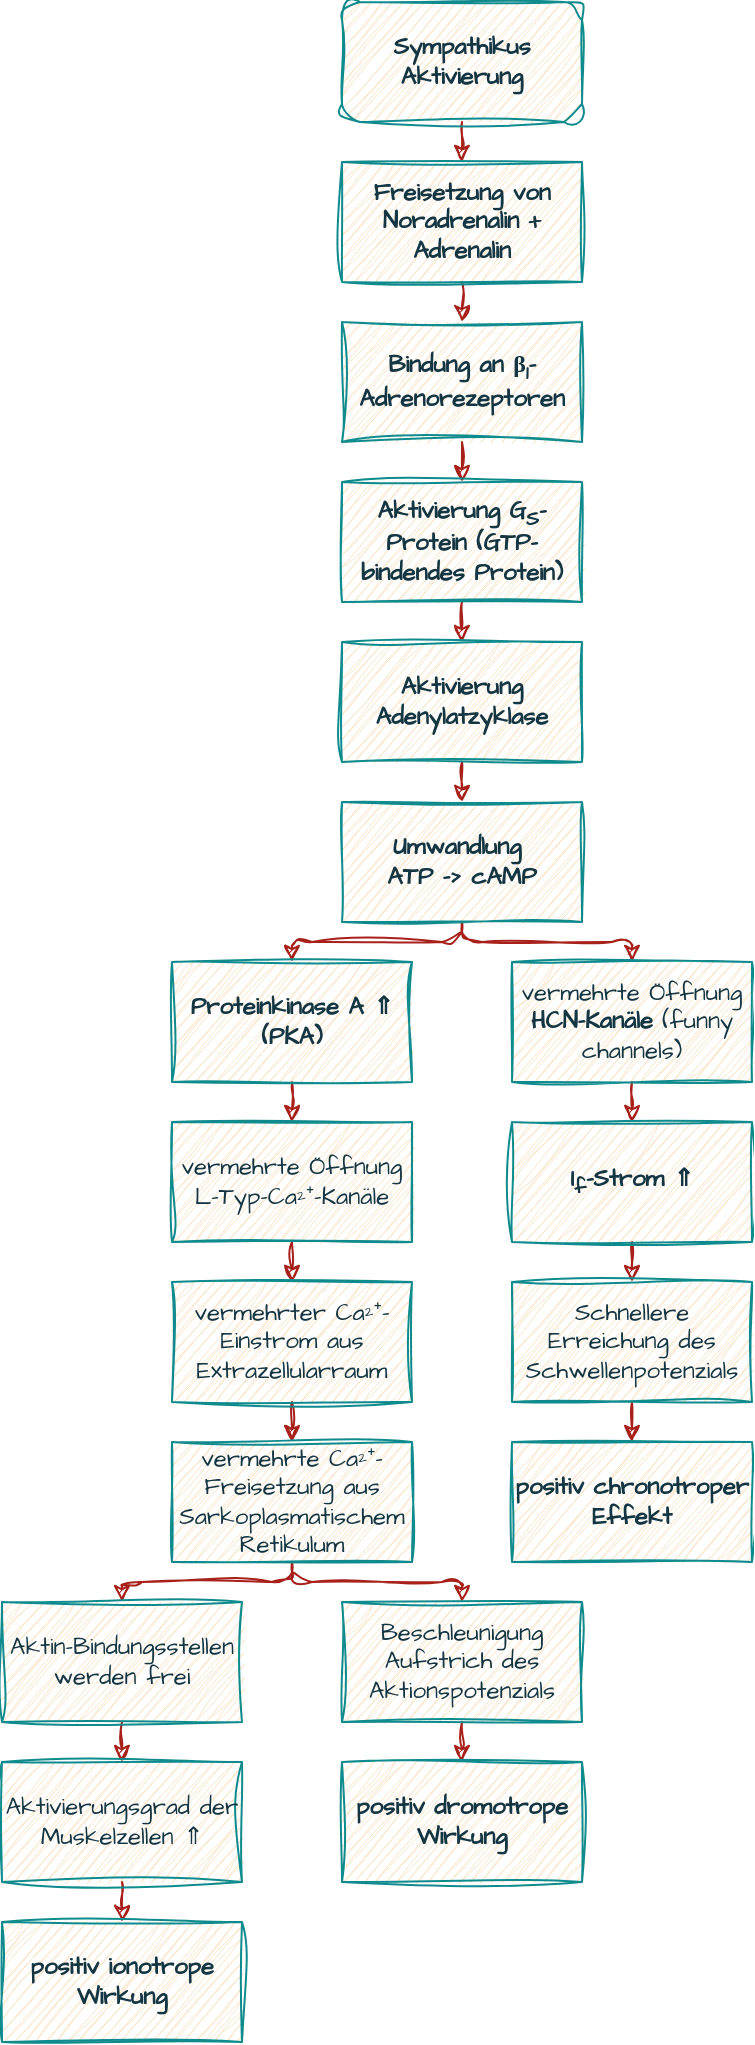
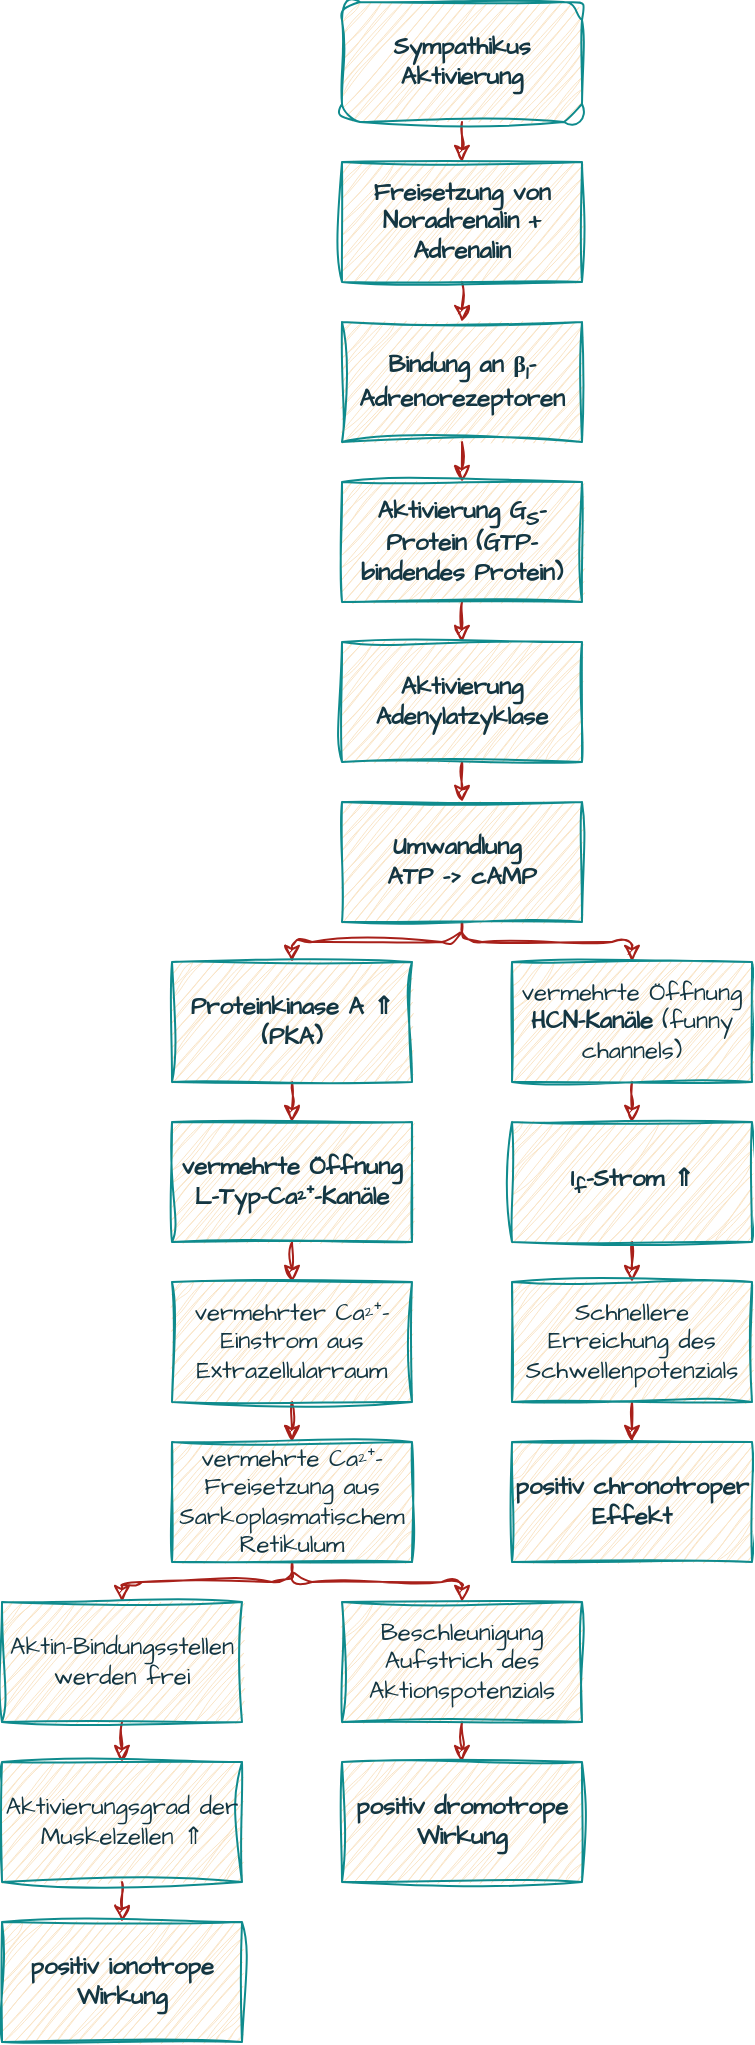
<mxfile host="app.diagrams.net">
  <diagram name="Seite-1" id="7kFzmezVoUsXThtVCVX7">
-     <mxGraphModel dx="1790" dy="899" grid="1" gridSize="10" guides="1" tooltips="1" connect="1" arrows="1" fold="1" page="1" pageScale="1" pageWidth="1169" pageHeight="1169" math="0" shadow="0">
+     <mxGraphModel dx="716" dy="359" grid="1" gridSize="10" guides="1" tooltips="1" connect="1" arrows="1" fold="1" page="1" pageScale="1" pageWidth="1169" pageHeight="1169" math="0" shadow="0">
      <root>
        <mxCell id="0" />
        <mxCell id="1" parent="0" />
        <mxCell id="nBZC7eie6GeJRXDUhHIa-21" edge="1" parent="1" source="7TQIvVTktowouFX5eWC7-1" style="edgeStyle=orthogonalEdgeStyle;rounded=1;sketch=1;hachureGap=4;jiggle=2;curveFitting=1;orthogonalLoop=1;jettySize=auto;html=1;strokeColor=#A8201A;fontFamily=Architects Daughter;fontSource=https%3A%2F%2Ffonts.googleapis.com%2Fcss%3Ffamily%3DArchitects%2BDaughter;fontColor=#143642;fillColor=#FAE5C7;curved=0;" target="nBZC7eie6GeJRXDUhHIa-1">
          <mxGeometry relative="1" as="geometry">
            <Array as="points">
              <mxPoint x="250" y="75" />
              <mxPoint x="250" y="95" />
            </Array>
          </mxGeometry>
        </mxCell>
        <mxCell id="7TQIvVTktowouFX5eWC7-1" parent="1" style="rounded=1;whiteSpace=wrap;html=1;sketch=1;hachureGap=4;jiggle=2;curveFitting=1;fontFamily=Architects Daughter;fontSource=https%3A%2F%2Ffonts.googleapis.com%2Fcss%3Ffamily%3DArchitects%2BDaughter;labelBackgroundColor=none;fillColor=#FAE5C7;strokeColor=#0F8B8D;fontColor=#143642;fontStyle=1" value="Sympathikus Aktivierung" vertex="1">
          <mxGeometry height="60" width="120" x="190" y="20" as="geometry" />
        </mxCell>
        <mxCell id="nBZC7eie6GeJRXDUhHIa-22" edge="1" parent="1" source="nBZC7eie6GeJRXDUhHIa-1" style="edgeStyle=orthogonalEdgeStyle;rounded=1;sketch=1;hachureGap=4;jiggle=2;curveFitting=1;orthogonalLoop=1;jettySize=auto;html=1;strokeColor=#A8201A;fontFamily=Architects Daughter;fontSource=https%3A%2F%2Ffonts.googleapis.com%2Fcss%3Ffamily%3DArchitects%2BDaughter;fontColor=#143642;fillColor=#FAE5C7;curved=0;" target="nBZC7eie6GeJRXDUhHIa-2">
          <mxGeometry relative="1" as="geometry">
            <Array as="points">
              <mxPoint x="250" y="155" />
              <mxPoint x="250" y="175" />
            </Array>
          </mxGeometry>
        </mxCell>
        <mxCell id="nBZC7eie6GeJRXDUhHIa-1" parent="1" style="whiteSpace=wrap;html=1;sketch=1;hachureGap=4;jiggle=2;curveFitting=1;strokeColor=#0F8B8D;fontFamily=Architects Daughter;fontSource=https%3A%2F%2Ffonts.googleapis.com%2Fcss%3Ffamily%3DArchitects%2BDaughter;fontColor=#143642;fillColor=#FAE5C7;fontStyle=1" value="Freisetzung von Noradrenalin + Adrenalin" vertex="1">
          <mxGeometry height="60" width="120" x="190" y="100" as="geometry" />
        </mxCell>
        <mxCell id="nBZC7eie6GeJRXDUhHIa-23" edge="1" parent="1" source="nBZC7eie6GeJRXDUhHIa-2" style="edgeStyle=orthogonalEdgeStyle;rounded=1;sketch=1;hachureGap=4;jiggle=2;curveFitting=1;orthogonalLoop=1;jettySize=auto;html=1;strokeColor=#A8201A;fontFamily=Architects Daughter;fontSource=https%3A%2F%2Ffonts.googleapis.com%2Fcss%3Ffamily%3DArchitects%2BDaughter;fontColor=#143642;fillColor=#FAE5C7;curved=0;" target="nBZC7eie6GeJRXDUhHIa-3">
          <mxGeometry relative="1" as="geometry">
            <Array as="points">
              <mxPoint x="250" y="235" />
              <mxPoint x="250" y="255" />
            </Array>
          </mxGeometry>
        </mxCell>
        <mxCell id="nBZC7eie6GeJRXDUhHIa-2" parent="1" style="rounded=0;whiteSpace=wrap;html=1;sketch=1;hachureGap=4;jiggle=2;curveFitting=1;strokeColor=#0F8B8D;fontFamily=Architects Daughter;fontSource=https%3A%2F%2Ffonts.googleapis.com%2Fcss%3Ffamily%3DArchitects%2BDaughter;fontColor=#143642;fillColor=#FAE5C7;fontStyle=1" value="Bindung an β&lt;sub&gt;1&lt;/sub&gt;-Adrenorezeptoren" vertex="1">
          <mxGeometry height="60" width="120" x="190" y="180" as="geometry" />
        </mxCell>
        <mxCell id="nBZC7eie6GeJRXDUhHIa-24" edge="1" parent="1" source="nBZC7eie6GeJRXDUhHIa-3" style="edgeStyle=orthogonalEdgeStyle;rounded=1;sketch=1;hachureGap=4;jiggle=2;curveFitting=1;orthogonalLoop=1;jettySize=auto;html=1;strokeColor=#A8201A;fontFamily=Architects Daughter;fontSource=https%3A%2F%2Ffonts.googleapis.com%2Fcss%3Ffamily%3DArchitects%2BDaughter;fontColor=#143642;fillColor=#FAE5C7;curved=0;" target="nBZC7eie6GeJRXDUhHIa-4">
          <mxGeometry relative="1" as="geometry">
            <Array as="points">
              <mxPoint x="250" y="315" />
              <mxPoint x="250" y="335" />
            </Array>
          </mxGeometry>
        </mxCell>
        <mxCell id="nBZC7eie6GeJRXDUhHIa-3" parent="1" style="whiteSpace=wrap;html=1;sketch=1;hachureGap=4;jiggle=2;curveFitting=1;strokeColor=#0F8B8D;fontFamily=Architects Daughter;fontSource=https%3A%2F%2Ffonts.googleapis.com%2Fcss%3Ffamily%3DArchitects%2BDaughter;fontColor=#143642;fillColor=#FAE5C7;fontStyle=1" value="Aktivierung G&lt;sub&gt;S&lt;/sub&gt;-Protein (GTP-bindendes Protein)" vertex="1">
          <mxGeometry height="60" width="120" x="190" y="260" as="geometry" />
        </mxCell>
        <mxCell id="nBZC7eie6GeJRXDUhHIa-25" edge="1" parent="1" source="nBZC7eie6GeJRXDUhHIa-4" style="edgeStyle=orthogonalEdgeStyle;rounded=1;sketch=1;hachureGap=4;jiggle=2;curveFitting=1;orthogonalLoop=1;jettySize=auto;html=1;entryDx=0;entryDy=0;strokeColor=#A8201A;fontFamily=Architects Daughter;fontSource=https%3A%2F%2Ffonts.googleapis.com%2Fcss%3Ffamily%3DArchitects%2BDaughter;fontColor=#143642;fillColor=#FAE5C7;curved=0;" target="nBZC7eie6GeJRXDUhHIa-5">
          <mxGeometry relative="1" as="geometry">
            <Array as="points">
              <mxPoint x="250" y="395" />
              <mxPoint x="250" y="415" />
            </Array>
          </mxGeometry>
        </mxCell>
        <mxCell id="nBZC7eie6GeJRXDUhHIa-4" parent="1" style="whiteSpace=wrap;html=1;sketch=1;hachureGap=4;jiggle=2;curveFitting=1;strokeColor=#0F8B8D;fontFamily=Architects Daughter;fontSource=https%3A%2F%2Ffonts.googleapis.com%2Fcss%3Ffamily%3DArchitects%2BDaughter;fontColor=#143642;fillColor=#FAE5C7;fontStyle=1" value="Aktivierung Adenylatzyklase" vertex="1">
          <mxGeometry height="60" width="120" x="190" y="340" as="geometry" />
        </mxCell>
        <mxCell id="nBZC7eie6GeJRXDUhHIa-26" edge="1" parent="1" source="nBZC7eie6GeJRXDUhHIa-5" style="edgeStyle=orthogonalEdgeStyle;rounded=1;sketch=1;hachureGap=4;jiggle=2;curveFitting=1;orthogonalLoop=1;jettySize=auto;html=1;strokeColor=#A8201A;fontFamily=Architects Daughter;fontSource=https%3A%2F%2Ffonts.googleapis.com%2Fcss%3Ffamily%3DArchitects%2BDaughter;fontColor=#143642;fillColor=#FAE5C7;curved=0;" target="nBZC7eie6GeJRXDUhHIa-7">
          <mxGeometry relative="1" as="geometry">
            <Array as="points">
              <mxPoint x="250" y="475" />
              <mxPoint x="250" y="490" />
              <mxPoint x="165" y="490" />
              <mxPoint x="165" y="495" />
            </Array>
          </mxGeometry>
        </mxCell>
        <mxCell id="nBZC7eie6GeJRXDUhHIa-27" edge="1" parent="1" source="nBZC7eie6GeJRXDUhHIa-5" style="edgeStyle=orthogonalEdgeStyle;rounded=1;sketch=1;hachureGap=4;jiggle=2;curveFitting=1;orthogonalLoop=1;jettySize=auto;html=1;strokeColor=#A8201A;fontFamily=Architects Daughter;fontSource=https%3A%2F%2Ffonts.googleapis.com%2Fcss%3Ffamily%3DArchitects%2BDaughter;fontColor=#143642;fillColor=#FAE5C7;curved=0;" target="nBZC7eie6GeJRXDUhHIa-8">
          <mxGeometry relative="1" as="geometry">
            <Array as="points">
              <mxPoint x="250" y="475" />
              <mxPoint x="250" y="490" />
              <mxPoint x="335" y="490" />
              <mxPoint x="335" y="495" />
            </Array>
          </mxGeometry>
        </mxCell>
        <mxCell id="nBZC7eie6GeJRXDUhHIa-5" parent="1" style="whiteSpace=wrap;html=1;sketch=1;hachureGap=4;jiggle=2;curveFitting=1;strokeColor=#0F8B8D;fontFamily=Architects Daughter;fontSource=https%3A%2F%2Ffonts.googleapis.com%2Fcss%3Ffamily%3DArchitects%2BDaughter;fontColor=#143642;fillColor=#FAE5C7;fontStyle=1" value="Umwandlung&amp;nbsp;&lt;br&gt;ATP -&amp;gt; cAMP" vertex="1">
          <mxGeometry height="60" width="120" x="190" y="420" as="geometry" />
        </mxCell>
        <mxCell id="nBZC7eie6GeJRXDUhHIa-31" edge="1" parent="1" source="nBZC7eie6GeJRXDUhHIa-7" style="edgeStyle=orthogonalEdgeStyle;rounded=1;sketch=1;hachureGap=4;jiggle=2;curveFitting=1;orthogonalLoop=1;jettySize=auto;html=1;entryDx=0;entryDy=0;strokeColor=#A8201A;fontFamily=Architects Daughter;fontSource=https%3A%2F%2Ffonts.googleapis.com%2Fcss%3Ffamily%3DArchitects%2BDaughter;fontColor=#143642;fillColor=#FAE5C7;curved=0;" target="nBZC7eie6GeJRXDUhHIa-13">
          <mxGeometry relative="1" as="geometry">
            <Array as="points">
              <mxPoint x="165" y="555" />
              <mxPoint x="165" y="575" />
            </Array>
          </mxGeometry>
        </mxCell>
        <mxCell id="nBZC7eie6GeJRXDUhHIa-7" parent="1" style="whiteSpace=wrap;html=1;sketch=1;hachureGap=4;jiggle=2;curveFitting=1;strokeColor=#0F8B8D;fontFamily=Architects Daughter;fontSource=https%3A%2F%2Ffonts.googleapis.com%2Fcss%3Ffamily%3DArchitects%2BDaughter;fontColor=#143642;fillColor=#FAE5C7;fontStyle=1" value="Proteinkinase A ⇑&lt;br&gt;(PKA)" vertex="1">
          <mxGeometry height="60" width="120" x="105" y="500" as="geometry" />
        </mxCell>
        <mxCell id="nBZC7eie6GeJRXDUhHIa-28" edge="1" parent="1" source="nBZC7eie6GeJRXDUhHIa-8" style="edgeStyle=orthogonalEdgeStyle;rounded=1;sketch=1;hachureGap=4;jiggle=2;curveFitting=1;orthogonalLoop=1;jettySize=auto;html=1;strokeColor=#A8201A;fontFamily=Architects Daughter;fontSource=https%3A%2F%2Ffonts.googleapis.com%2Fcss%3Ffamily%3DArchitects%2BDaughter;fontColor=#143642;fillColor=#FAE5C7;curved=0;" target="nBZC7eie6GeJRXDUhHIa-9">
          <mxGeometry relative="1" as="geometry">
            <Array as="points">
              <mxPoint x="335" y="555" />
              <mxPoint x="335" y="575" />
            </Array>
          </mxGeometry>
        </mxCell>
        <mxCell id="nBZC7eie6GeJRXDUhHIa-8" parent="1" style="whiteSpace=wrap;html=1;sketch=1;hachureGap=4;jiggle=2;curveFitting=1;strokeColor=#0F8B8D;fontFamily=Architects Daughter;fontSource=https%3A%2F%2Ffonts.googleapis.com%2Fcss%3Ffamily%3DArchitects%2BDaughter;fontColor=#143642;fillColor=#FAE5C7;" value="vermehrte Öffnung &lt;b&gt;HCN-Kanäle&lt;/b&gt; (funny channels)" vertex="1">
          <mxGeometry height="60" width="120" x="275" y="500" as="geometry" />
        </mxCell>
        <mxCell id="nBZC7eie6GeJRXDUhHIa-29" edge="1" parent="1" source="nBZC7eie6GeJRXDUhHIa-9" style="edgeStyle=orthogonalEdgeStyle;rounded=1;sketch=1;hachureGap=4;jiggle=2;curveFitting=1;orthogonalLoop=1;jettySize=auto;html=1;strokeColor=#A8201A;fontFamily=Architects Daughter;fontSource=https%3A%2F%2Ffonts.googleapis.com%2Fcss%3Ffamily%3DArchitects%2BDaughter;fontColor=#143642;fillColor=#FAE5C7;curved=0;" target="nBZC7eie6GeJRXDUhHIa-11">
          <mxGeometry relative="1" as="geometry">
            <Array as="points">
              <mxPoint x="335" y="635" />
              <mxPoint x="335" y="655" />
            </Array>
          </mxGeometry>
        </mxCell>
        <mxCell id="nBZC7eie6GeJRXDUhHIa-9" parent="1" style="whiteSpace=wrap;html=1;sketch=1;hachureGap=4;jiggle=2;curveFitting=1;strokeColor=#0F8B8D;fontFamily=Architects Daughter;fontSource=https%3A%2F%2Ffonts.googleapis.com%2Fcss%3Ffamily%3DArchitects%2BDaughter;fontColor=#143642;fillColor=#FAE5C7;fontStyle=1" value="I&lt;sub&gt;f&lt;/sub&gt;-Strom ⇑" vertex="1">
          <mxGeometry height="60" width="120" x="275" y="580" as="geometry" />
        </mxCell>
        <mxCell id="nBZC7eie6GeJRXDUhHIa-30" edge="1" parent="1" source="nBZC7eie6GeJRXDUhHIa-11" style="edgeStyle=orthogonalEdgeStyle;rounded=1;sketch=1;hachureGap=4;jiggle=2;curveFitting=1;orthogonalLoop=1;jettySize=auto;html=1;strokeColor=#A8201A;fontFamily=Architects Daughter;fontSource=https%3A%2F%2Ffonts.googleapis.com%2Fcss%3Ffamily%3DArchitects%2BDaughter;fontColor=#143642;fillColor=#FAE5C7;curved=0;" target="nBZC7eie6GeJRXDUhHIa-12">
          <mxGeometry relative="1" as="geometry">
            <Array as="points">
              <mxPoint x="335" y="715" />
              <mxPoint x="335" y="735" />
            </Array>
          </mxGeometry>
        </mxCell>
        <mxCell id="nBZC7eie6GeJRXDUhHIa-11" parent="1" style="whiteSpace=wrap;html=1;sketch=1;hachureGap=4;jiggle=2;curveFitting=1;strokeColor=#0F8B8D;fontFamily=Architects Daughter;fontSource=https%3A%2F%2Ffonts.googleapis.com%2Fcss%3Ffamily%3DArchitects%2BDaughter;fontColor=#143642;fillColor=#FAE5C7;" value="Schnellere Erreichung des Schwellenpotenzials" vertex="1">
          <mxGeometry height="60" width="120" x="275" y="660" as="geometry" />
        </mxCell>
        <mxCell id="nBZC7eie6GeJRXDUhHIa-12" parent="1" style="whiteSpace=wrap;html=1;sketch=1;hachureGap=4;jiggle=2;curveFitting=1;strokeColor=#0F8B8D;fontFamily=Architects Daughter;fontSource=https%3A%2F%2Ffonts.googleapis.com%2Fcss%3Ffamily%3DArchitects%2BDaughter;fontColor=#143642;fillColor=#FAE5C7;fontStyle=1" value="positiv chronotroper Effekt" vertex="1">
          <mxGeometry height="60" width="120" x="275" y="740" as="geometry" />
        </mxCell>
        <mxCell id="nBZC7eie6GeJRXDUhHIa-32" edge="1" parent="1" source="nBZC7eie6GeJRXDUhHIa-13" style="edgeStyle=orthogonalEdgeStyle;rounded=1;sketch=1;hachureGap=4;jiggle=2;curveFitting=1;orthogonalLoop=1;jettySize=auto;html=1;strokeColor=#A8201A;fontFamily=Architects Daughter;fontSource=https%3A%2F%2Ffonts.googleapis.com%2Fcss%3Ffamily%3DArchitects%2BDaughter;fontColor=#143642;fillColor=#FAE5C7;curved=0;" target="nBZC7eie6GeJRXDUhHIa-14">
          <mxGeometry relative="1" as="geometry">
            <Array as="points">
              <mxPoint x="165" y="635" />
              <mxPoint x="165" y="655" />
            </Array>
          </mxGeometry>
        </mxCell>
-         <mxCell id="nBZC7eie6GeJRXDUhHIa-13" parent="1" style="whiteSpace=wrap;html=1;sketch=1;hachureGap=4;jiggle=2;curveFitting=1;strokeColor=#0F8B8D;fontFamily=Architects Daughter;fontSource=https%3A%2F%2Ffonts.googleapis.com%2Fcss%3Ffamily%3DArchitects%2BDaughter;fontColor=#143642;fillColor=#FAE5C7;" value="vermehrte Öffnung L-Typ-Ca²⁺-Kanäle" vertex="1">
+         <mxCell id="nBZC7eie6GeJRXDUhHIa-13" parent="1" style="whiteSpace=wrap;html=1;sketch=1;hachureGap=4;jiggle=2;curveFitting=1;strokeColor=#0F8B8D;fontFamily=Architects Daughter;fontSource=https%3A%2F%2Ffonts.googleapis.com%2Fcss%3Ffamily%3DArchitects%2BDaughter;fontColor=#143642;fillColor=#FAE5C7;fontStyle=1" value="vermehrte Öffnung L-Typ-Ca²⁺-Kanäle" vertex="1">
          <mxGeometry height="60" width="120" x="105" y="580" as="geometry" />
        </mxCell>
        <mxCell id="nBZC7eie6GeJRXDUhHIa-33" edge="1" parent="1" source="nBZC7eie6GeJRXDUhHIa-14" style="edgeStyle=orthogonalEdgeStyle;rounded=1;sketch=1;hachureGap=4;jiggle=2;curveFitting=1;orthogonalLoop=1;jettySize=auto;html=1;strokeColor=#A8201A;fontFamily=Architects Daughter;fontSource=https%3A%2F%2Ffonts.googleapis.com%2Fcss%3Ffamily%3DArchitects%2BDaughter;fontColor=#143642;fillColor=#FAE5C7;curved=0;" target="nBZC7eie6GeJRXDUhHIa-15">
          <mxGeometry relative="1" as="geometry">
            <Array as="points">
              <mxPoint x="165" y="715" />
              <mxPoint x="165" y="735" />
            </Array>
          </mxGeometry>
        </mxCell>
        <mxCell id="nBZC7eie6GeJRXDUhHIa-14" parent="1" style="whiteSpace=wrap;html=1;sketch=1;hachureGap=4;jiggle=2;curveFitting=1;strokeColor=#0F8B8D;fontFamily=Architects Daughter;fontSource=https%3A%2F%2Ffonts.googleapis.com%2Fcss%3Ffamily%3DArchitects%2BDaughter;fontColor=#143642;fillColor=#FAE5C7;" value="vermehrter Ca²⁺-Einstrom aus Extrazellularraum" vertex="1">
          <mxGeometry height="60" width="120" x="105" y="660" as="geometry" />
        </mxCell>
        <mxCell id="nBZC7eie6GeJRXDUhHIa-34" edge="1" parent="1" source="nBZC7eie6GeJRXDUhHIa-15" style="edgeStyle=orthogonalEdgeStyle;rounded=1;sketch=1;hachureGap=4;jiggle=2;curveFitting=1;orthogonalLoop=1;jettySize=auto;html=1;strokeColor=#A8201A;fontFamily=Architects Daughter;fontSource=https%3A%2F%2Ffonts.googleapis.com%2Fcss%3Ffamily%3DArchitects%2BDaughter;fontColor=#143642;fillColor=#FAE5C7;curved=0;" target="nBZC7eie6GeJRXDUhHIa-16">
          <mxGeometry relative="1" as="geometry">
            <Array as="points">
              <mxPoint x="165" y="795" />
              <mxPoint x="165" y="810" />
              <mxPoint x="80" y="810" />
              <mxPoint x="80" y="815" />
            </Array>
          </mxGeometry>
        </mxCell>
        <mxCell id="nBZC7eie6GeJRXDUhHIa-37" edge="1" parent="1" source="nBZC7eie6GeJRXDUhHIa-15" style="edgeStyle=orthogonalEdgeStyle;rounded=1;sketch=1;hachureGap=4;jiggle=2;curveFitting=1;orthogonalLoop=1;jettySize=auto;html=1;strokeColor=#A8201A;fontFamily=Architects Daughter;fontSource=https%3A%2F%2Ffonts.googleapis.com%2Fcss%3Ffamily%3DArchitects%2BDaughter;fontColor=#143642;fillColor=#FAE5C7;curved=0;" target="nBZC7eie6GeJRXDUhHIa-19">
          <mxGeometry relative="1" as="geometry">
            <Array as="points">
              <mxPoint x="165" y="795" />
              <mxPoint x="165" y="810" />
              <mxPoint x="250" y="810" />
              <mxPoint x="250" y="815" />
            </Array>
          </mxGeometry>
        </mxCell>
        <mxCell id="nBZC7eie6GeJRXDUhHIa-15" parent="1" style="whiteSpace=wrap;html=1;sketch=1;hachureGap=4;jiggle=2;curveFitting=1;strokeColor=#0F8B8D;fontFamily=Architects Daughter;fontSource=https%3A%2F%2Ffonts.googleapis.com%2Fcss%3Ffamily%3DArchitects%2BDaughter;fontColor=#143642;fillColor=#FAE5C7;" value="vermehrte Ca²⁺-Freisetzung aus Sarkoplasmatischem Retikulum" vertex="1">
          <mxGeometry height="60" width="120" x="105" y="740" as="geometry" />
        </mxCell>
        <mxCell id="nBZC7eie6GeJRXDUhHIa-35" edge="1" parent="1" source="nBZC7eie6GeJRXDUhHIa-16" style="edgeStyle=orthogonalEdgeStyle;rounded=1;sketch=1;hachureGap=4;jiggle=2;curveFitting=1;orthogonalLoop=1;jettySize=auto;html=1;strokeColor=#A8201A;fontFamily=Architects Daughter;fontSource=https%3A%2F%2Ffonts.googleapis.com%2Fcss%3Ffamily%3DArchitects%2BDaughter;fontColor=#143642;fillColor=#FAE5C7;curved=0;" target="nBZC7eie6GeJRXDUhHIa-17">
          <mxGeometry relative="1" as="geometry">
            <Array as="points">
              <mxPoint x="80" y="875" />
              <mxPoint x="80" y="895" />
            </Array>
          </mxGeometry>
        </mxCell>
        <mxCell id="nBZC7eie6GeJRXDUhHIa-16" parent="1" style="whiteSpace=wrap;html=1;sketch=1;hachureGap=4;jiggle=2;curveFitting=1;strokeColor=#0F8B8D;fontFamily=Architects Daughter;fontSource=https%3A%2F%2Ffonts.googleapis.com%2Fcss%3Ffamily%3DArchitects%2BDaughter;fontColor=#143642;fillColor=#FAE5C7;" value="Aktin-Bindungsstellen werden frei" vertex="1">
          <mxGeometry height="60" width="120" x="20" y="820" as="geometry" />
        </mxCell>
        <mxCell id="nBZC7eie6GeJRXDUhHIa-36" edge="1" parent="1" source="nBZC7eie6GeJRXDUhHIa-17" style="edgeStyle=orthogonalEdgeStyle;rounded=1;sketch=1;hachureGap=4;jiggle=2;curveFitting=1;orthogonalLoop=1;jettySize=auto;html=1;strokeColor=#A8201A;fontFamily=Architects Daughter;fontSource=https%3A%2F%2Ffonts.googleapis.com%2Fcss%3Ffamily%3DArchitects%2BDaughter;fontColor=#143642;fillColor=#FAE5C7;curved=0;" target="nBZC7eie6GeJRXDUhHIa-18">
          <mxGeometry relative="1" as="geometry">
            <Array as="points">
              <mxPoint x="80" y="955" />
              <mxPoint x="80" y="975" />
            </Array>
          </mxGeometry>
        </mxCell>
        <mxCell id="nBZC7eie6GeJRXDUhHIa-17" parent="1" style="whiteSpace=wrap;html=1;sketch=1;hachureGap=4;jiggle=2;curveFitting=1;strokeColor=#0F8B8D;fontFamily=Architects Daughter;fontSource=https%3A%2F%2Ffonts.googleapis.com%2Fcss%3Ffamily%3DArchitects%2BDaughter;fontColor=#143642;fillColor=#FAE5C7;" value="Aktivierungsgrad der Muskelzellen ⇑" vertex="1">
          <mxGeometry height="60" width="120" x="20" y="900" as="geometry" />
        </mxCell>
        <mxCell id="nBZC7eie6GeJRXDUhHIa-18" parent="1" style="whiteSpace=wrap;html=1;sketch=1;hachureGap=4;jiggle=2;curveFitting=1;strokeColor=#0F8B8D;fontFamily=Architects Daughter;fontSource=https%3A%2F%2Ffonts.googleapis.com%2Fcss%3Ffamily%3DArchitects%2BDaughter;fontColor=#143642;fillColor=#FAE5C7;fontStyle=1" value="positiv&amp;nbsp;&lt;span&gt;ionotrope Wirkung&lt;/span&gt;" vertex="1">
          <mxGeometry height="60" width="120" x="20" y="980" as="geometry" />
        </mxCell>
        <mxCell id="nBZC7eie6GeJRXDUhHIa-38" edge="1" parent="1" source="nBZC7eie6GeJRXDUhHIa-19" style="edgeStyle=orthogonalEdgeStyle;rounded=1;sketch=1;hachureGap=4;jiggle=2;curveFitting=1;orthogonalLoop=1;jettySize=auto;html=1;strokeColor=#A8201A;fontFamily=Architects Daughter;fontSource=https%3A%2F%2Ffonts.googleapis.com%2Fcss%3Ffamily%3DArchitects%2BDaughter;fontColor=#143642;fillColor=#FAE5C7;curved=0;" target="nBZC7eie6GeJRXDUhHIa-20">
          <mxGeometry relative="1" as="geometry">
            <Array as="points">
              <mxPoint x="250" y="875" />
              <mxPoint x="250" y="895" />
            </Array>
          </mxGeometry>
        </mxCell>
        <mxCell id="nBZC7eie6GeJRXDUhHIa-19" parent="1" style="whiteSpace=wrap;html=1;sketch=1;hachureGap=4;jiggle=2;curveFitting=1;strokeColor=#0F8B8D;fontFamily=Architects Daughter;fontSource=https%3A%2F%2Ffonts.googleapis.com%2Fcss%3Ffamily%3DArchitects%2BDaughter;fontColor=#143642;fillColor=#FAE5C7;" value="Beschleunigung Aufstrich des Aktionspotenzials" vertex="1">
          <mxGeometry height="60" width="120" x="190" y="820" as="geometry" />
        </mxCell>
        <mxCell id="nBZC7eie6GeJRXDUhHIa-20" parent="1" style="whiteSpace=wrap;html=1;sketch=1;hachureGap=4;jiggle=2;curveFitting=1;strokeColor=#0F8B8D;fontFamily=Architects Daughter;fontSource=https%3A%2F%2Ffonts.googleapis.com%2Fcss%3Ffamily%3DArchitects%2BDaughter;fontColor=#143642;fillColor=#FAE5C7;fontStyle=1" value="positiv dromotrope Wirkung" vertex="1">
          <mxGeometry height="60" width="120" x="190" y="900" as="geometry" />
        </mxCell>
      </root>
    </mxGraphModel>
  </diagram>
</mxfile>
